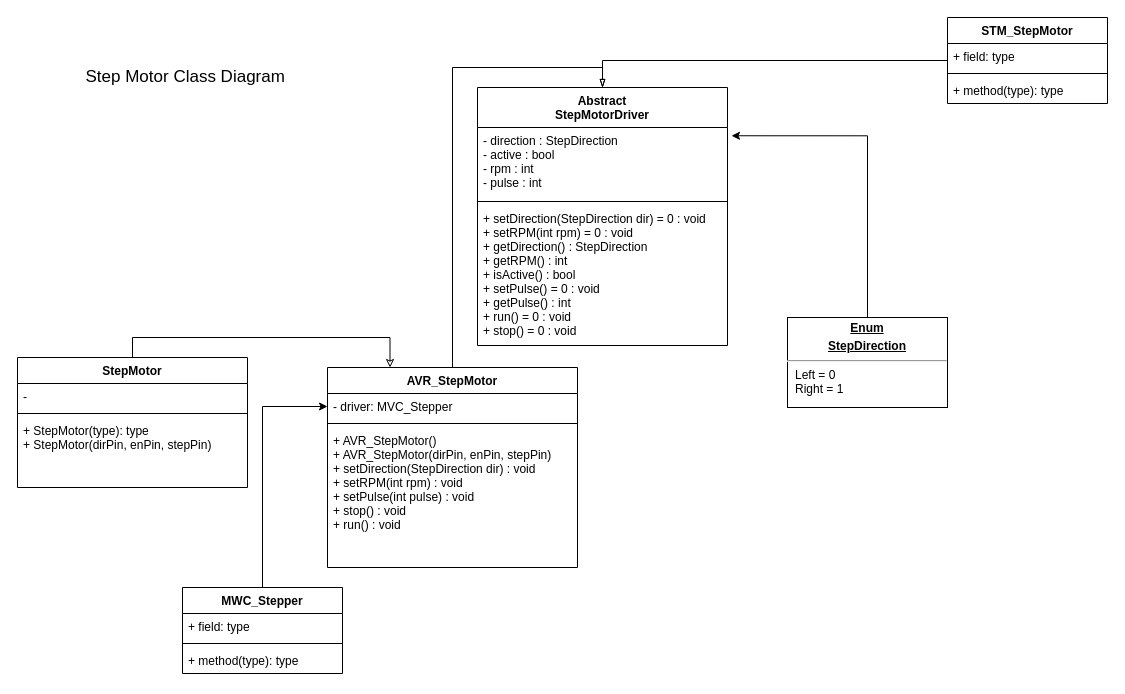
Before: Dose/UML/StepMotorClass.drawio in thethinkindustry/Dose, a draw.io diagram. Source tidied: cells renumbered, new cells numbered last; positions are measured from the earlier drawing's top-left corner, leaving out a move shared by most shapes. Both pictures are drawn from the tidied source at 100%, with x=0, y=0 at pixel (17, 17).
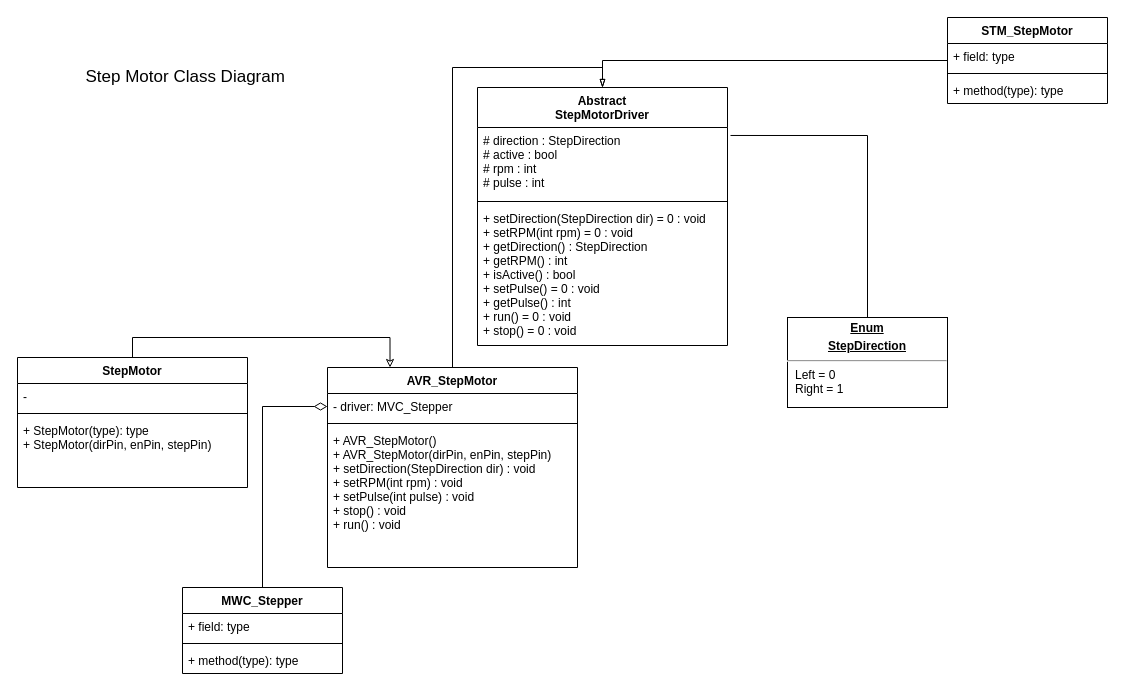
The same diagram, later.

Commit message:
fixed StepMotor UML model

Unchanged cells that the change refers to:
```xml
<mxCell id="8" value="&lt;p style=&quot;margin: 0px ; margin-top: 4px ; text-align: center ; text-decoration: underline&quot;&gt;&lt;b&gt;Enum&lt;/b&gt;&lt;/p&gt;&lt;p style=&quot;margin: 0px ; margin-top: 4px ; text-align: center ; text-decoration: underline&quot;&gt;&lt;b&gt;StepDirection&lt;/b&gt;&lt;/p&gt;&lt;hr&gt;&lt;p style=&quot;margin: 0px ; margin-left: 8px&quot;&gt;Left = 0&lt;/p&gt;&lt;p style=&quot;margin: 0px ; margin-left: 8px&quot;&gt;Right = 1&lt;/p&gt;" style="verticalAlign=top;align=left;overflow=fill;fontSize=12;fontFamily=Helvetica;html=1;" parent="1" vertex="1">
  <mxGeometry x="770" y="300" width="160" height="90" as="geometry" />
</mxCell>
<mxCell id="9" value="Abstract&#10;StepMotorDriver&#10;" style="swimlane;fontStyle=1;align=center;verticalAlign=top;horizontal=1;startSize=40;gradientColor=none;" parent="1" vertex="1">
  <mxGeometry x="460" y="70" width="250" height="258" as="geometry" />
</mxCell>
<mxCell id="17" value="MWC_Stepper" style="swimlane;fontStyle=1;align=center;verticalAlign=top;horizontal=1;startSize=26;gradientColor=none;" parent="1" vertex="1">
  <mxGeometry x="165" y="570" width="160" height="86" as="geometry" />
</mxCell>
<mxCell id="22" value="- driver: MVC_Stepper" style="text;strokeColor=none;fillColor=none;align=left;verticalAlign=top;spacingLeft=4;spacingRight=4;overflow=hidden;points=[[0,0.5],[1,0.5]];portConstraint=eastwest;" parent="21" vertex="1">
  <mxGeometry y="26" width="250" height="26" as="geometry" />
</mxCell>
```

What changed in the source:
```diff
@@
-    <mxCell id="3" style="edgeStyle=orthogonalEdgeStyle;rounded=0;jettySize=auto;html=1;entryX=0;entryY=0.5;entryDx=0;entryDy=0;endArrow=classic;endFill=1;" parent="1" edge="1" source="17" target="22">
+    <mxCell id="3" style="edgeStyle=orthogonalEdgeStyle;rounded=0;jettySize=auto;html=1;entryX=0;entryY=0.5;entryDx=0;entryDy=0;endArrow=diamondThin;endFill=0;strokeWidth=1;endSize=11;" parent="1" edge="1" source="17" target="22">
       <mxGeometry relative="1" as="geometry" />
     </mxCell>
@@
-    <mxCell id="7" style="edgeStyle=orthogonalEdgeStyle;rounded=0;jettySize=auto;html=1;exitX=0.5;exitY=0;exitDx=0;exitDy=0;entryX=1.016;entryY=0.118;entryDx=0;entryDy=0;entryPerimeter=0;endArrow=classic;endFill=1;" parent="1" edge="1" source="8" target="10">
+    <mxCell id="7" style="edgeStyle=orthogonalEdgeStyle;rounded=0;jettySize=auto;html=1;exitX=0.5;exitY=0;exitDx=0;exitDy=0;entryX=1.012;entryY=0.114;entryDx=0;entryDy=0;entryPerimeter=0;endArrow=none;endFill=0;endSize=11;strokeWidth=1;" parent="1" edge="1" source="8" target="10">
       <mxGeometry relative="1" as="geometry" />
     </mxCell>
@@
-    <mxCell id="10" value="- direction : StepDirection&#10;- active : bool&#10;- rpm : int&#10;- pulse : int&#10;" style="text;strokeColor=none;fillColor=none;align=left;verticalAlign=top;spacingLeft=4;spacingRight=4;overflow=hidden;points=[[0,0.5],[1,0.5]];portConstraint=eastwest;" parent="9" vertex="1">
+    <mxCell id="10" value="# direction : StepDirection&#10;# active : bool&#10;# rpm : int&#10;# pulse : int&#10;" style="text;strokeColor=none;fillColor=none;align=left;verticalAlign=top;spacingLeft=4;spacingRight=4;overflow=hidden;points=[[0,0.5],[1,0.5]];portConstraint=eastwest;" parent="9" vertex="1">
       <mxGeometry y="40" width="250" height="70" as="geometry" />
     </mxCell>
```
